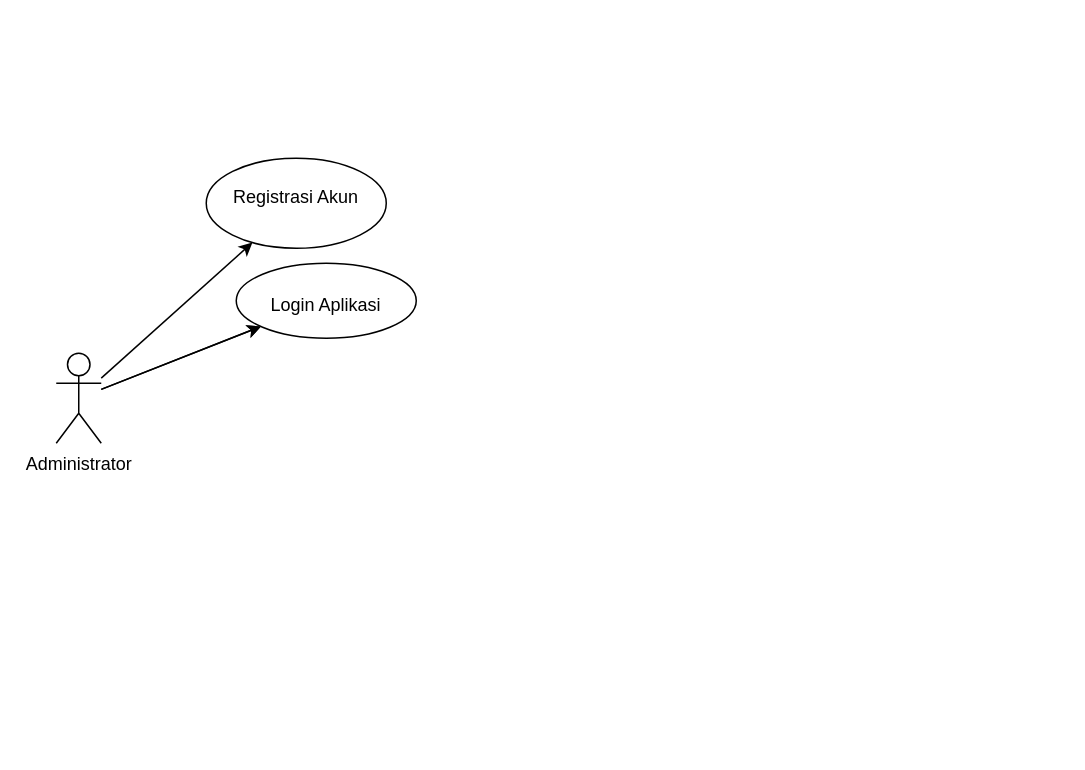
Above: useCaseDiagram.drawio in ricky3knowhere/IF214002 (draw.io), before the change. Source tidied: cells renumbered, new cells numbered last; positions are measured from the earlier drawing's top-left corner, leaving out a move shared by most shapes. Both pictures are drawn from the tidied source at 150%, with x=0, y=0 at pixel (56, 158).
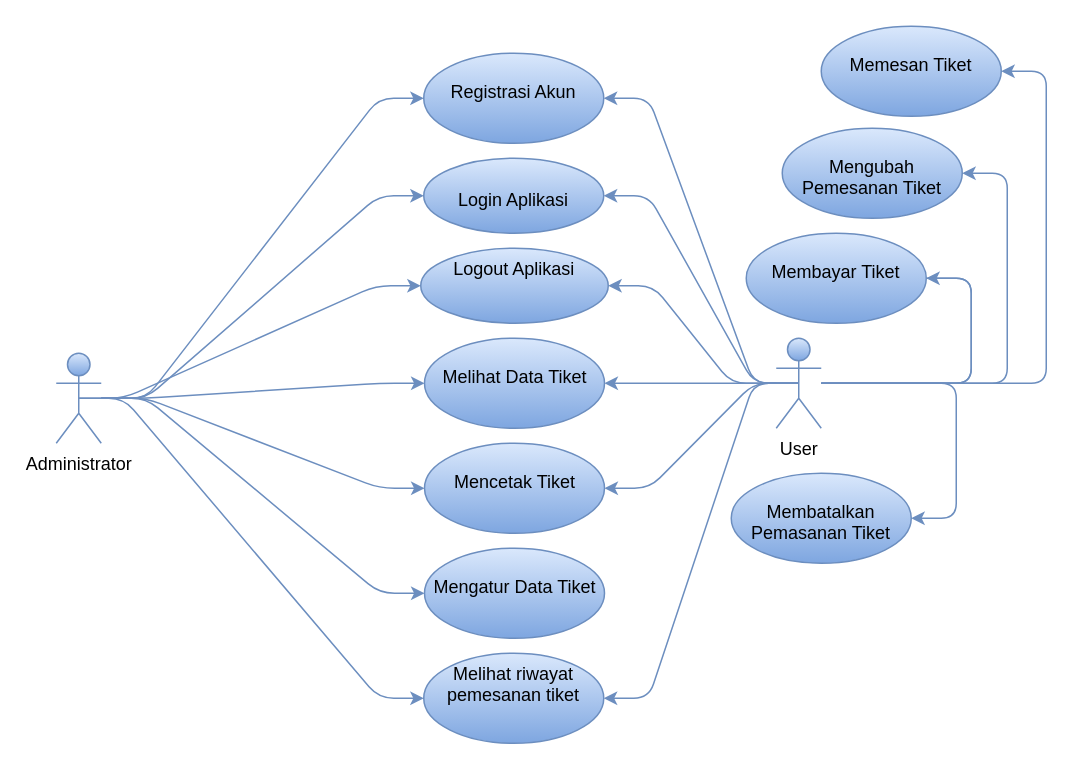
The same page after the edit.

The edit, as a diff of the source:
```diff
@@
-    <mxCell id="2" style="rounded=0;jettySize=auto;html=1;" parent="1" edge="1" source="5" target="6">
+    <mxCell id="2" style="rounded=1;jettySize=auto;html=1;elbow=vertical;edgeStyle=entityRelationEdgeStyle;fillColor=#dae8fc;strokeColor=#6c8ebf;gradientColor=#7ea6e0;" parent="1" edge="1" source="5" target="6">
       <mxGeometry relative="1" as="geometry" />
     </mxCell>
-    <mxCell id="3" style="rounded=0;jettySize=auto;html=1;" parent="1" edge="1" source="5" target="7">
-      <mxGeometry relative="1" as="geometry" />
-    </mxCell>
-    <mxCell id="4" style="edgeStyle=none;rounded=0;jettySize=auto;html=1;" parent="1" edge="1" source="5" target="7">
+    <mxCell id="4" style="rounded=1;jettySize=auto;html=1;elbow=vertical;edgeStyle=entityRelationEdgeStyle;fillColor=#dae8fc;strokeColor=#6c8ebf;gradientColor=#7ea6e0;" parent="1" edge="1" source="5" target="7">
       <mxGeometry relative="1" as="geometry" />
     </mxCell>
+    <mxCell id="8" style="rounded=1;jettySize=auto;html=1;elbow=vertical;edgeStyle=entityRelationEdgeStyle;fillColor=#dae8fc;strokeColor=#6c8ebf;gradientColor=#7ea6e0;" parent="1" edge="1" source="5" target="13">
+      <mxGeometry relative="1" as="geometry" />
+    </mxCell>
+    <mxCell id="9" style="rounded=1;jettySize=auto;html=1;elbow=vertical;edgeStyle=entityRelationEdgeStyle;fillColor=#dae8fc;strokeColor=#6c8ebf;gradientColor=#7ea6e0;" parent="1" edge="1" source="5" target="14">
+      <mxGeometry relative="1" as="geometry" />
+    </mxCell>
+    <mxCell id="10" style="rounded=1;jettySize=auto;html=1;elbow=vertical;edgeStyle=entityRelationEdgeStyle;fillColor=#dae8fc;strokeColor=#6c8ebf;gradientColor=#7ea6e0;" parent="1" edge="1" source="5" target="15">
+      <mxGeometry relative="1" as="geometry" />
+    </mxCell>
+    <mxCell id="11" style="edgeStyle=entityRelationEdgeStyle;jettySize=auto;html=1;exitX=0.5;exitY=0.5;exitDx=0;exitDy=0;exitPerimeter=0;entryX=0;entryY=0.5;entryDx=0;entryDy=0;rounded=1;fillColor=#dae8fc;strokeColor=#6c8ebf;gradientColor=#7ea6e0;" parent="1" edge="1" source="5" target="31">
+      <mxGeometry relative="1" as="geometry" />
+    </mxCell>
+    <mxCell id="12" style="edgeStyle=entityRelationEdgeStyle;rounded=1;jettySize=auto;html=1;exitX=0.5;exitY=0.5;exitDx=0;exitDy=0;exitPerimeter=0;elbow=vertical;fillColor=#dae8fc;strokeColor=#6c8ebf;gradientColor=#7ea6e0;" parent="1" edge="1" source="5" target="30">
+      <mxGeometry relative="1" as="geometry" />
+    </mxCell>
-    <mxCell id="5" value="Administrator" style="shape=umlActor;verticalLabelPosition=bottom;verticalAlign=top;html=1;" parent="1" vertex="1">
+    <mxCell id="5" value="Administrator" style="shape=umlActor;verticalLabelPosition=bottom;verticalAlign=top;html=1;fillColor=#dae8fc;strokeColor=#6c8ebf;gradientColor=#7ea6e0;" parent="1" vertex="1">
       <mxGeometry y="130" width="30" height="60" as="geometry" />
     </mxCell>
-    <mxCell id="6" value="&lt;p align=&quot;center&quot;&gt;&lt;span lang=&quot;EN-US&quot;&gt;Registrasi Akun&lt;/span&gt;&lt;/p&gt;" style="ellipse;whiteSpace=wrap;html=1;verticalAlign=top;" parent="1" vertex="1">
-      <mxGeometry x="100" width="120" height="60" as="geometry" />
+    <mxCell id="6" value="&lt;p align=&quot;center&quot;&gt;&lt;span lang=&quot;EN-US&quot;&gt;Registrasi Akun&lt;/span&gt;&lt;/p&gt;" style="ellipse;whiteSpace=wrap;html=1;verticalAlign=top;fillColor=#dae8fc;strokeColor=#6c8ebf;gradientColor=#7ea6e0;" parent="1" vertex="1">
+      <mxGeometry x="245" y="-70" width="120" height="60" as="geometry" />
     </mxCell>
-    <mxCell id="7" value="&lt;div&gt;&lt;br&gt;&lt;/div&gt;&lt;div&gt;Login Aplikasi&lt;/div&gt;" style="ellipse;whiteSpace=wrap;html=1;verticalAlign=top;" parent="1" vertex="1">
-      <mxGeometry x="120" y="70" width="120" height="50" as="geometry" />
+    <mxCell id="7" value="&lt;div&gt;&lt;br&gt;&lt;/div&gt;&lt;div&gt;Login Aplikasi&lt;/div&gt;" style="ellipse;whiteSpace=wrap;html=1;verticalAlign=top;fillColor=#dae8fc;strokeColor=#6c8ebf;gradientColor=#7ea6e0;" parent="1" vertex="1">
+      <mxGeometry x="245" width="120" height="50" as="geometry" />
     </mxCell>
+    <mxCell id="13" value="&lt;p align=&quot;center&quot;&gt;&lt;span lang=&quot;EN-US&quot;&gt;Melihat Data Tiket&lt;/span&gt;&lt;/p&gt;" style="ellipse;whiteSpace=wrap;html=1;verticalAlign=top;fillColor=#dae8fc;strokeColor=#6c8ebf;gradientColor=#7ea6e0;" parent="1" vertex="1">
+      <mxGeometry x="245.5" y="120" width="120" height="60" as="geometry" />
+    </mxCell>
+    <mxCell id="14" value="&lt;p align=&quot;center&quot;&gt;&lt;span lang=&quot;EN-US&quot;&gt;Mencetak Tiket&lt;/span&gt;&lt;/p&gt;" style="ellipse;whiteSpace=wrap;html=1;verticalAlign=top;fillColor=#dae8fc;strokeColor=#6c8ebf;gradientColor=#7ea6e0;" parent="1" vertex="1">
+      <mxGeometry x="245.5" y="190" width="120" height="60" as="geometry" />
+    </mxCell>
+    <mxCell id="15" value="&lt;p align=&quot;center&quot;&gt;&lt;span lang=&quot;EN-US&quot;&gt;Mengatur Data Tiket&lt;/span&gt;&lt;/p&gt;" style="ellipse;whiteSpace=wrap;html=1;verticalAlign=top;fillColor=#dae8fc;strokeColor=#6c8ebf;gradientColor=#7ea6e0;" parent="1" vertex="1">
+      <mxGeometry x="245.5" y="260" width="120" height="60" as="geometry" />
+    </mxCell>
+    <mxCell id="16" style="rounded=1;jettySize=auto;html=1;elbow=vertical;edgeStyle=entityRelationEdgeStyle;fillColor=#dae8fc;strokeColor=#6c8ebf;gradientColor=#7ea6e0;" parent="1" edge="1" source="26" target="27">
+      <mxGeometry relative="1" as="geometry" />
+    </mxCell>
+    <mxCell id="17" style="rounded=1;jettySize=auto;html=1;elbow=vertical;edgeStyle=entityRelationEdgeStyle;fillColor=#dae8fc;strokeColor=#6c8ebf;gradientColor=#7ea6e0;" parent="1" edge="1" source="26" target="28">
+      <mxGeometry relative="1" as="geometry" />
+    </mxCell>
+    <mxCell id="18" style="rounded=1;jettySize=auto;html=1;elbow=vertical;edgeStyle=entityRelationEdgeStyle;fillColor=#dae8fc;strokeColor=#6c8ebf;gradientColor=#7ea6e0;" parent="1" edge="1" source="26" target="32">
+      <mxGeometry relative="1" as="geometry" />
+    </mxCell>
+    <mxCell id="19" style="rounded=1;jettySize=auto;html=1;elbow=vertical;edgeStyle=entityRelationEdgeStyle;fillColor=#dae8fc;strokeColor=#6c8ebf;gradientColor=#7ea6e0;" parent="1" edge="1" source="26" target="29">
+      <mxGeometry relative="1" as="geometry" />
+    </mxCell>
+    <mxCell id="20" style="rounded=1;jettySize=auto;html=1;elbow=vertical;edgeStyle=entityRelationEdgeStyle;fillColor=#dae8fc;strokeColor=#6c8ebf;gradientColor=#7ea6e0;" parent="1" edge="1" source="26" target="31">
+      <mxGeometry relative="1" as="geometry" />
+    </mxCell>
+    <mxCell id="21" style="edgeStyle=entityRelationEdgeStyle;rounded=1;jettySize=auto;html=1;exitX=0.5;exitY=0.5;exitDx=0;exitDy=0;exitPerimeter=0;elbow=vertical;fillColor=#dae8fc;strokeColor=#6c8ebf;gradientColor=#7ea6e0;" parent="1" edge="1" source="26" target="13">
+      <mxGeometry relative="1" as="geometry" />
+    </mxCell>
+    <mxCell id="22" style="edgeStyle=entityRelationEdgeStyle;rounded=1;jettySize=auto;html=1;exitX=0.5;exitY=0.5;exitDx=0;exitDy=0;exitPerimeter=0;elbow=vertical;fillColor=#dae8fc;strokeColor=#6c8ebf;gradientColor=#7ea6e0;" parent="1" edge="1" source="26" target="14">
+      <mxGeometry relative="1" as="geometry" />
+    </mxCell>
+    <mxCell id="23" style="edgeStyle=entityRelationEdgeStyle;rounded=1;jettySize=auto;html=1;exitX=0.5;exitY=0.5;exitDx=0;exitDy=0;exitPerimeter=0;entryX=1;entryY=0.5;entryDx=0;entryDy=0;elbow=vertical;fillColor=#dae8fc;strokeColor=#6c8ebf;gradientColor=#7ea6e0;" parent="1" edge="1" source="26" target="6">
+      <mxGeometry relative="1" as="geometry" />
+    </mxCell>
+    <mxCell id="24" style="edgeStyle=entityRelationEdgeStyle;rounded=1;jettySize=auto;html=1;exitX=0.5;exitY=0.5;exitDx=0;exitDy=0;exitPerimeter=0;entryX=1;entryY=0.5;entryDx=0;entryDy=0;elbow=vertical;fillColor=#dae8fc;strokeColor=#6c8ebf;gradientColor=#7ea6e0;" parent="1" edge="1" source="26" target="7">
+      <mxGeometry relative="1" as="geometry" />
+    </mxCell>
+    <mxCell id="25" style="edgeStyle=entityRelationEdgeStyle;rounded=1;jettySize=auto;html=1;exitX=0.5;exitY=0.5;exitDx=0;exitDy=0;exitPerimeter=0;elbow=vertical;fillColor=#dae8fc;strokeColor=#6c8ebf;gradientColor=#7ea6e0;" parent="1" edge="1" source="26" target="30">
+      <mxGeometry relative="1" as="geometry" />
+    </mxCell>
+    <mxCell id="26" value="User" style="shape=umlActor;verticalLabelPosition=bottom;verticalAlign=top;html=1;outlineConnect=0;fillColor=#dae8fc;strokeColor=#6c8ebf;gradientColor=#7ea6e0;" parent="1" vertex="1">
+      <mxGeometry x="480" y="120" width="30" height="60" as="geometry" />
+    </mxCell>
+    <mxCell id="27" value="&lt;p align=&quot;center&quot;&gt;&lt;span lang=&quot;EN-US&quot;&gt;Memesan Tiket&lt;/span&gt;&lt;/p&gt;" style="ellipse;whiteSpace=wrap;html=1;verticalAlign=top;fillColor=#dae8fc;strokeColor=#6c8ebf;gradientColor=#7ea6e0;" parent="1" vertex="1">
+      <mxGeometry x="510" y="-88" width="120" height="60" as="geometry" />
+    </mxCell>
+    <mxCell id="28" value="&lt;p align=&quot;center&quot;&gt;&lt;span lang=&quot;EN-US&quot;&gt;Membatalkan Pemasanan Tiket&lt;/span&gt;&lt;/p&gt;" style="ellipse;whiteSpace=wrap;html=1;verticalAlign=top;fillColor=#dae8fc;strokeColor=#6c8ebf;gradientColor=#7ea6e0;" parent="1" vertex="1">
+      <mxGeometry x="450" y="210" width="120" height="60" as="geometry" />
+    </mxCell>
+    <mxCell id="29" value="&lt;p align=&quot;center&quot;&gt;&lt;span lang=&quot;EN-US&quot;&gt;Mengubah Pemesanan Tiket&lt;/span&gt;&lt;/p&gt;" style="ellipse;whiteSpace=wrap;html=1;verticalAlign=top;fillColor=#dae8fc;strokeColor=#6c8ebf;gradientColor=#7ea6e0;" parent="1" vertex="1">
+      <mxGeometry x="484" y="-20" width="120" height="60" as="geometry" />
+    </mxCell>
+    <mxCell id="30" value=" Melihat riwayat pemesanan tiket" style="ellipse;whiteSpace=wrap;html=1;verticalAlign=top;fillColor=#dae8fc;strokeColor=#6c8ebf;gradientColor=#7ea6e0;" parent="1" vertex="1">
+      <mxGeometry x="245" y="330" width="120" height="60" as="geometry" />
+    </mxCell>
+    <mxCell id="31" value="Logout Aplikasi" style="ellipse;whiteSpace=wrap;html=1;verticalAlign=top;fillColor=#dae8fc;strokeColor=#6c8ebf;gradientColor=#7ea6e0;" parent="1" vertex="1">
+      <mxGeometry x="243" y="60" width="125" height="50" as="geometry" />
+    </mxCell>
+    <mxCell id="32" value="&lt;p align=&quot;center&quot;&gt;&lt;span lang=&quot;EN-US&quot;&gt;Membayar Tiket&lt;/span&gt;&lt;/p&gt;" style="ellipse;whiteSpace=wrap;html=1;verticalAlign=top;fillColor=#dae8fc;strokeColor=#6c8ebf;gradientColor=#7ea6e0;" parent="1" vertex="1">
+      <mxGeometry x="460" y="50" width="120" height="60" as="geometry" />
+    </mxCell>
+    <mxCell id="33" style="rounded=1;jettySize=auto;html=1;elbow=vertical;edgeStyle=entityRelationEdgeStyle;endArrow=none;fillColor=#dae8fc;strokeColor=#6c8ebf;gradientColor=#7ea6e0;" parent="1" edge="1" source="26" target="32">
+      <mxGeometry relative="1" as="geometry" />
+    </mxCell>
```
